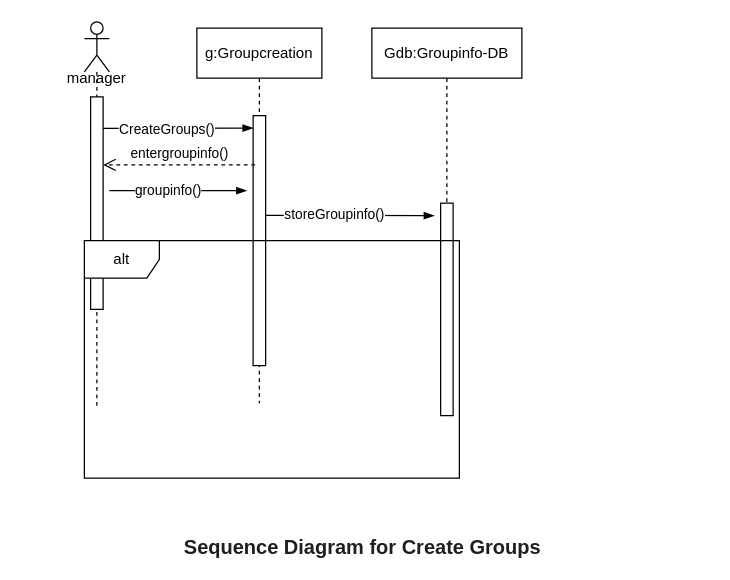
Before: Untitled Diagram.drawio in FatimaAlessa/210_ABB_2107542, a draw.io diagram. Source tidied: cells renumbered, new cells numbered last; positions are measured from the earlier drawing's top-left corner, leaving out a move shared by most shapes. Both pictures are drawn from the tidied source at 125%, with x=0, y=0 at pixel (21, 21).
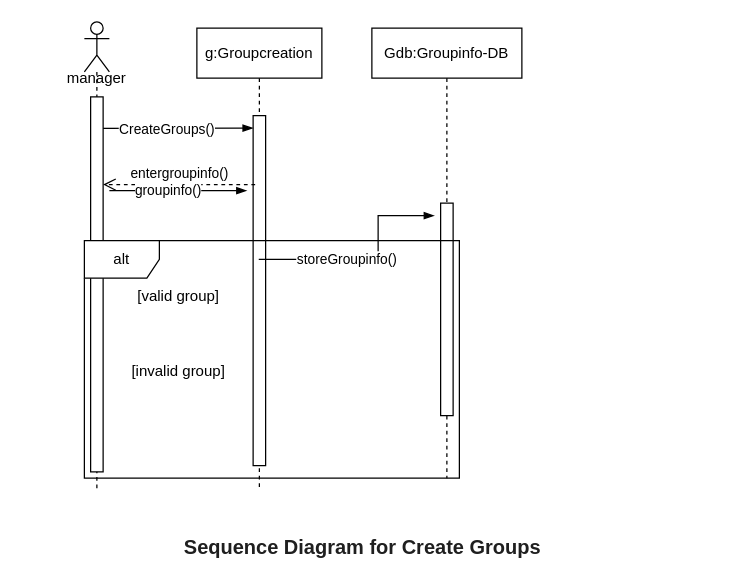
Above is the later version.

Change to the diagram source:
```diff
@@
     <mxCell id="2" value="g:Groupcreation" style="shape=umlLifeline;perimeter=lifelinePerimeter;whiteSpace=wrap;html=1;outlineConnect=0;portConstraint=eastwest;newEdgeStyle={&quot;edgeStyle&quot;:&quot;elbowEdgeStyle&quot;,&quot;elbow&quot;:&quot;vertical&quot;,&quot;curved&quot;:0,&quot;rounded&quot;:0};" parent="1" vertex="1">
-      <mxGeometry x="140" y="5" width="100" height="300" as="geometry" />
+      <mxGeometry x="140" y="5" width="100" height="370" as="geometry" />
     </mxCell>
     <mxCell id="3" style="html=1;points=[];perimeter=orthogonalPerimeter;outlineConnect=0;targetShapes=umlLifeline;portConstraint=eastwest;newEdgeStyle={&quot;edgeStyle&quot;:&quot;elbowEdgeStyle&quot;,&quot;elbow&quot;:&quot;vertical&quot;,&quot;curved&quot;:0,&quot;rounded&quot;:0};" parent="2" vertex="1">
-      <mxGeometry x="45" y="70" width="10" height="200" as="geometry" />
+      <mxGeometry x="45" y="70" width="10" height="280" as="geometry" />
     </mxCell>
     <mxCell id="4" value="&lt;div style=&quot;text-align: start;&quot;&gt;Gdb:Groupinfo-DB&lt;/div&gt;" style="shape=umlLifeline;perimeter=lifelinePerimeter;whiteSpace=wrap;html=1;newEdgeStyle={&quot;edgeStyle&quot;:&quot;elbowEdgeStyle&quot;,&quot;elbow&quot;:&quot;vertical&quot;,&quot;curved&quot;:0,&quot;rounded&quot;:0};" parent="1" vertex="1">
-      <mxGeometry x="280" y="5" width="120" height="300" as="geometry" />
+      <mxGeometry x="280" y="5" width="120" height="360" as="geometry" />
     </mxCell>
@@
     <mxCell id="8" style="shape=umlLifeline;perimeter=lifelinePerimeter;whiteSpace=wrap;html=1;newEdgeStyle={&quot;curved&quot;:0,&quot;rounded&quot;:0};participant=umlActor;size=40;" parent="1" vertex="1">
-      <mxGeometry x="50" width="20" height="310" as="geometry" />
+      <mxGeometry x="50" width="20" height="375" as="geometry" />
     </mxCell>
     <mxCell id="9" style="html=1;points=[[0,0,0,0,5],[0,1,0,0,-5],[1,0,0,0,5],[1,1,0,0,-5]];perimeter=orthogonalPerimeter;outlineConnect=0;targetShapes=umlLifeline;portConstraint=eastwest;newEdgeStyle={&quot;curved&quot;:0,&quot;rounded&quot;:0};" parent="8" vertex="1">
-      <mxGeometry x="5" y="60" width="10" height="170" as="geometry" />
+      <mxGeometry x="5" y="60" width="10" height="300" as="geometry" />
     </mxCell>
@@
-    <mxCell id="13" style="edgeStyle=elbowEdgeStyle;fontSize=12;html=1;endArrow=blockThin;endFill=1;rounded=0;exitX=1.03;exitY=0.399;exitDx=0;exitDy=0;exitPerimeter=0;" parent="1" edge="1" source="3">
+    <mxCell id="13" style="edgeStyle=elbowEdgeStyle;fontSize=12;html=1;endArrow=blockThin;endFill=1;rounded=0;" parent="1" edge="1" source="2">
       <mxGeometry relative="1" as="geometry">
         <mxPoint x="330" y="155" as="targetPoint" />
       </mxGeometry>
     </mxCell>
@@
+    <mxCell id="18" value="[valid group]" style="text;html=1;align=center;verticalAlign=middle;strokeColor=none;fillColor=none;" parent="1" vertex="1">
+      <mxGeometry x="80" y="205" width="90" height="30" as="geometry" />
+    </mxCell>
+    <mxCell id="19" value="[invalid group]" style="text;html=1;align=center;verticalAlign=middle;strokeColor=none;fillColor=none;" parent="1" vertex="1">
+      <mxGeometry x="75" y="265" width="100" height="30" as="geometry" />
+    </mxCell>
```
